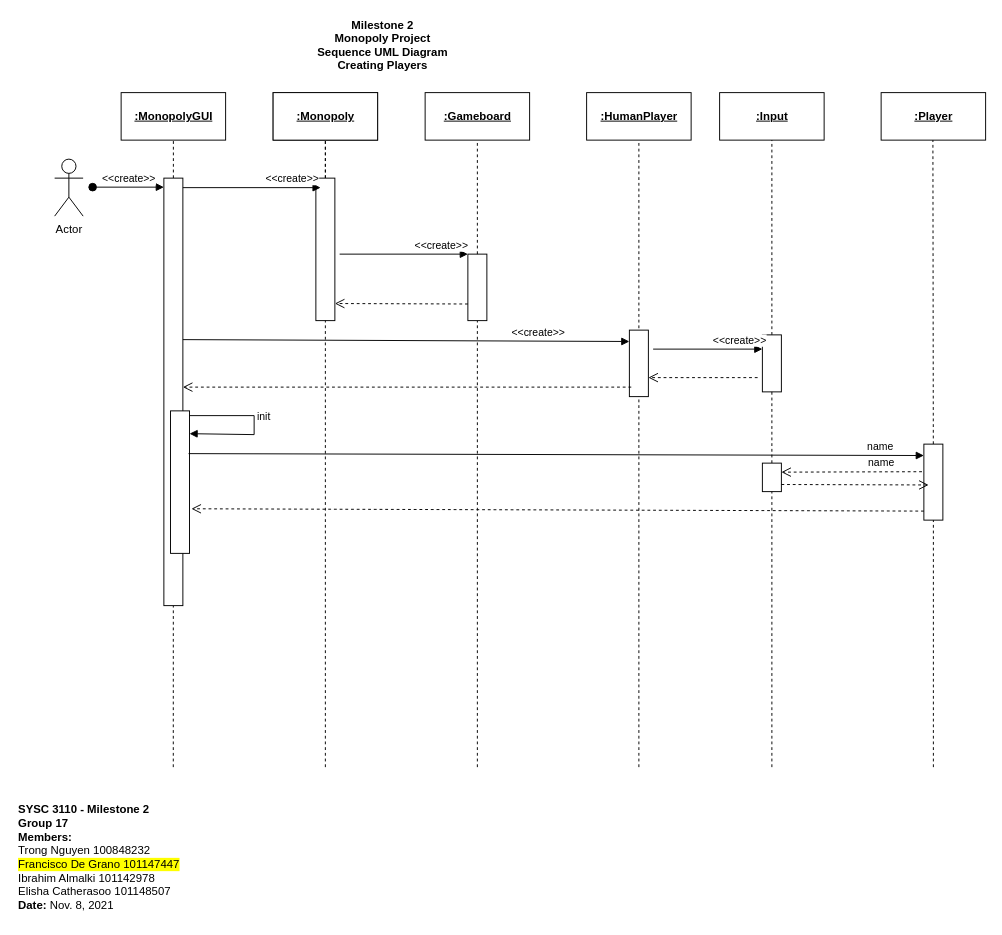
This is page "SequenceUML_1" (2 of 5) of M3_ClassUML.drawio from trong0dn/monopoly, a draw.io file, before an edit. Source tidied: cells renumbered, new cells numbered last; positions are measured from the earlier drawing's top-left corner, leaving out a move shared by most shapes. Both pictures are drawn from the tidied source at 95%, with x=0, y=0 at pixel (16, 16).
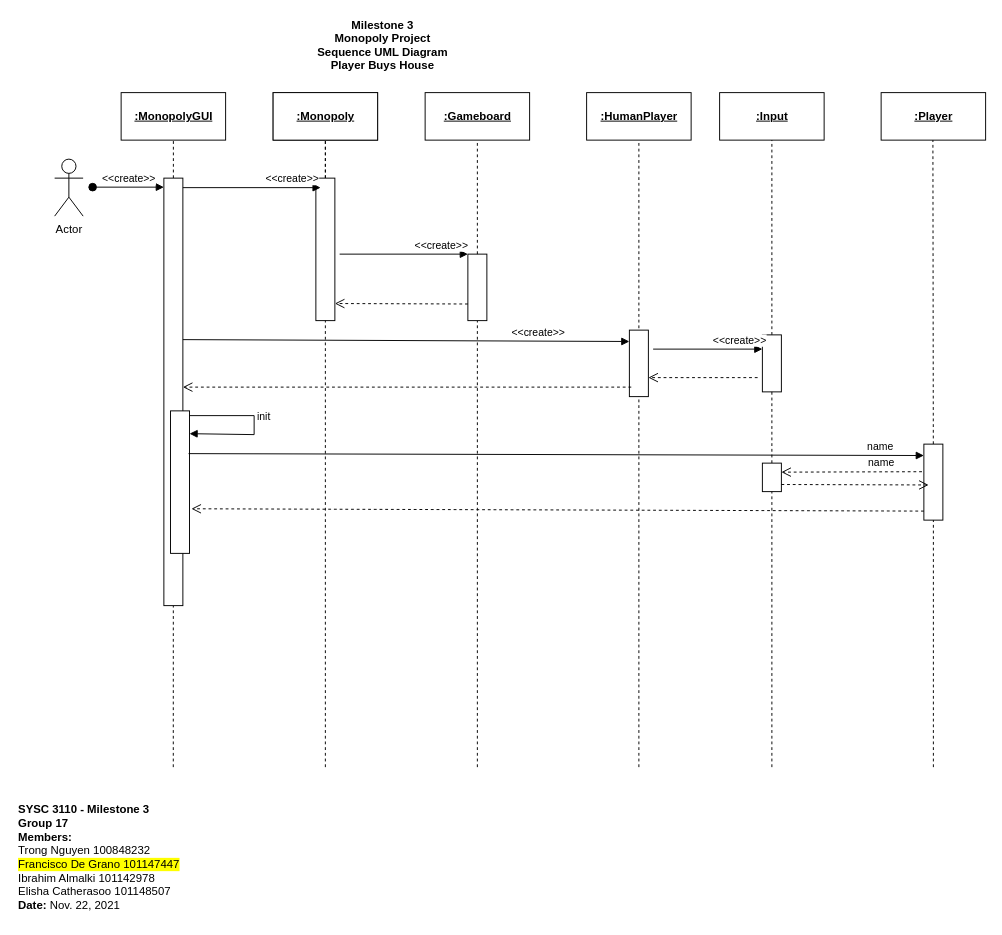
After the change.

What changed in the source:
```diff
@@
-    <mxCell id="2" value="&lt;b&gt;SYSC 3110 - Milestone 2&lt;/b&gt;&lt;br&gt;&lt;b&gt;Group 17&lt;/b&gt;&lt;br&gt;&lt;b&gt;Members:&lt;/b&gt;&lt;br&gt;Trong Nguyen 100848232 &lt;br&gt;&lt;span style=&quot;background-color: rgb(255 , 255 , 0)&quot;&gt;Francisco De Grano 101147447&lt;/span&gt; &lt;br&gt;Ibrahim Almalki 101142978 &lt;br&gt;Elisha Catherasoo 101148507&lt;br&gt;&lt;b&gt;Date: &lt;/b&gt;Nov. 8, 2021" style="text;html=1;strokeColor=none;fillColor=none;align=left;verticalAlign=middle;whiteSpace=wrap;rounded=0;" parent="1" vertex="1">
+    <mxCell id="2" value="&lt;b&gt;SYSC 3110 - Milestone 3&lt;/b&gt;&lt;br&gt;&lt;b&gt;Group 17&lt;/b&gt;&lt;br&gt;&lt;b&gt;Members:&lt;/b&gt;&lt;br&gt;Trong Nguyen 100848232 &lt;br&gt;&lt;span style=&quot;background-color: rgb(255 , 255 , 0)&quot;&gt;Francisco De Grano 101147447&lt;/span&gt; &lt;br&gt;Ibrahim Almalki 101142978 &lt;br&gt;Elisha Catherasoo 101148507&lt;br&gt;&lt;b&gt;Date: &lt;/b&gt;Nov. 22, 2021" style="text;html=1;strokeColor=none;fillColor=none;align=left;verticalAlign=middle;whiteSpace=wrap;rounded=0;" parent="1" vertex="1">
       <mxGeometry y="820" width="200" height="130" as="geometry" />
     </mxCell>
-    <mxCell id="3" value="&lt;b&gt;Milestone 2&lt;br&gt;Monopoly Project&lt;br&gt;Sequence UML Diagram&lt;br&gt;Creating Players&lt;br&gt;&lt;/b&gt;" style="text;html=1;align=center;verticalAlign=middle;strokeColor=none;fillColor=none;" parent="1" vertex="1">
+    <mxCell id="3" value="&lt;b&gt;Milestone 3&lt;/b&gt;&lt;br&gt;&lt;b&gt;Monopoly Project&lt;/b&gt;&lt;br&gt;&lt;b&gt;Sequence UML Diagram&lt;/b&gt;&lt;br&gt;&lt;b&gt;Player Buys House&lt;/b&gt;" style="text;html=1;align=center;verticalAlign=middle;strokeColor=none;fillColor=none;" parent="1" vertex="1">
       <mxGeometry x="310" width="150" height="60" as="geometry" />
     </mxCell>
```
